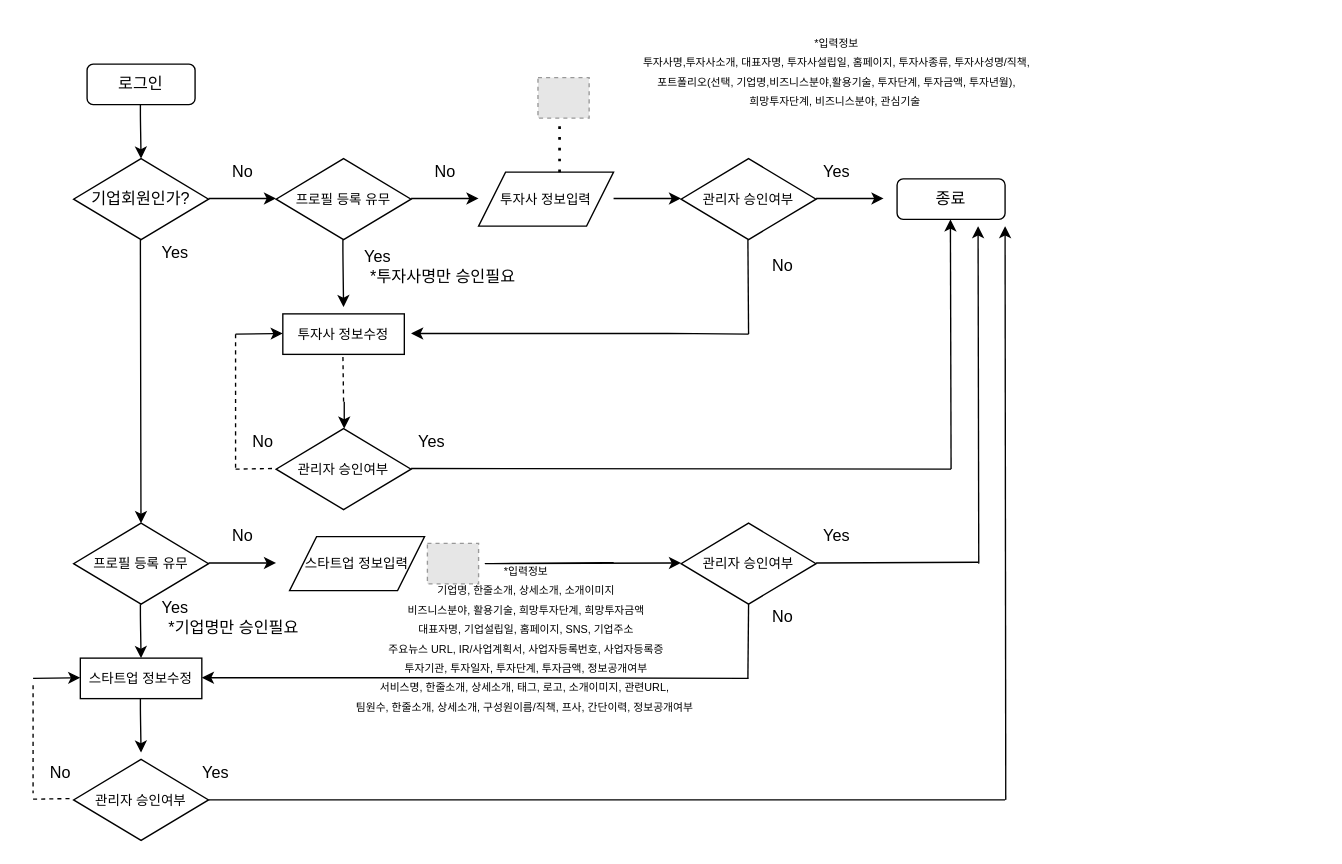
This is 비즈니스나우 프로필.drawio from Lucidhomme/TIL, a draw.io file, before an edit. Source tidied: cells renumbered, new cells numbered last; positions are measured from the earlier drawing's top-left corner, leaving out a move shared by most shapes. Both pictures are drawn from the tidied source at 135%, with x=0, y=0 at pixel (32, 23). Pictures stored in the file or linked from it are replaced by grey dashed boxes.
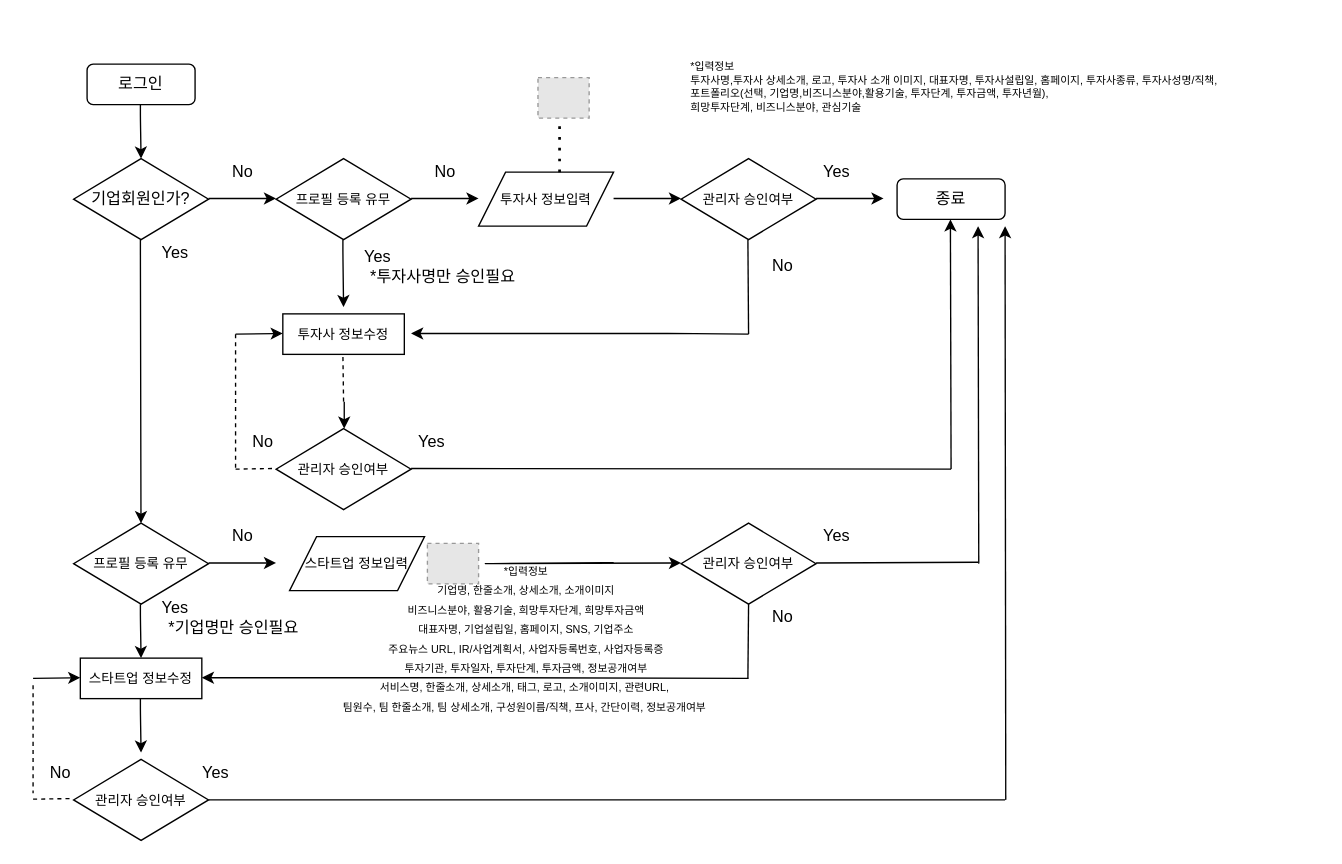
The same diagram, later.

Commit message:
Update 비즈니스나우 프로필.drawio

What changed in the source:
```diff
@@
-    <mxCell id="17" value="&lt;span style=&quot;font-size: 8px&quot;&gt;*입력정보&lt;br&gt;투자사명,투자사소개, 대표자명, 투자사설립일, 홈페이지, 투자사종류, 투자사성명/직책, &lt;br&gt;포트폴리오(선택, 기업명,비즈니스분야,활용기술, 투자단계, 투자금액, 투자년월),&lt;br&gt;희망투자단계, 비즈니스분야, 관심기술&amp;nbsp;&lt;br&gt;&lt;/span&gt;" style="text;html=1;align=center;verticalAlign=middle;fillColor=none;strokeColor=none;rounded=0;" parent="1" vertex="1">
-      <mxGeometry x="395" width="400" height="70" as="geometry" />
+    <mxCell id="17" value="&lt;div style=&quot;text-align: left&quot;&gt;&lt;span style=&quot;font-size: 8px&quot;&gt;*입력정보&lt;/span&gt;&lt;/div&gt;&lt;span style=&quot;font-size: 8px&quot;&gt;&lt;div style=&quot;text-align: left&quot;&gt;&lt;span&gt;투자사명,투자사 상세소개, 로고, 투자사 소개 이미지, 대표자명, 투자사설립일, 홈페이지, 투자사종류, 투자사성명/직책,&lt;/span&gt;&lt;/div&gt;&lt;div style=&quot;text-align: left&quot;&gt;&lt;span&gt;포트폴리오(선택, 기업명,비즈니스분야,활용기술, 투자단계, 투자금액, 투자년월),&lt;/span&gt;&lt;/div&gt;&lt;div style=&quot;text-align: left&quot;&gt;&lt;span&gt;희망투자단계, 비즈니스분야, 관심기술&amp;nbsp;&lt;/span&gt;&lt;/div&gt;&lt;/span&gt;" style="text;html=1;align=center;verticalAlign=middle;fillColor=none;strokeColor=none;rounded=0;" parent="1" vertex="1">
+      <mxGeometry x="411.9" y="15" width="540" height="60" as="geometry" />
     </mxCell>
@@
-    <mxCell id="53" value="&lt;font style=&quot;font-size: 8px&quot;&gt;*입력정보&lt;br&gt;기업명, 한줄소개, 상세소개, 소개이미지&lt;br&gt;비즈니스분야, 활용기술, 희망투자단계, 희망투자금액&lt;br&gt;대표자명, 기업설립일, 홈페이지, SNS, 기업주소&lt;br&gt;주요뉴스 URL, IR/사업계획서, 사업자등록번호, 사업자등록증&lt;br&gt;투자기관, 투자일자, 투자단계, 투자금액, 정보공개여부&lt;br&gt;서비스명, 한줄소개, 상세소개, 태그, 로고, 소개이미지, 관련URL,&amp;nbsp;&lt;br&gt;팀원수, 한줄소개, 상세소개, 구성원이름/직책, 프사, 간단이력, 정보공개여부&amp;nbsp;&lt;br&gt;&lt;/font&gt;" style="text;html=1;align=center;verticalAlign=middle;fillColor=none;strokeColor=none;rounded=0;" parent="1" vertex="1">
-      <mxGeometry x="190" y="390" width="350" height="130" as="geometry" />
+    <mxCell id="53" value="&lt;font style=&quot;font-size: 8px&quot;&gt;*입력정보&lt;br&gt;기업명, 한줄소개, 상세소개, 소개이미지&lt;br&gt;비즈니스분야, 활용기술, 희망투자단계, 희망투자금액&lt;br&gt;대표자명, 기업설립일, 홈페이지, SNS, 기업주소&lt;br&gt;주요뉴스 URL, IR/사업계획서, 사업자등록번호, 사업자등록증&lt;br&gt;투자기관, 투자일자, 투자단계, 투자금액, 정보공개여부&lt;br&gt;서비스명, 한줄소개, 상세소개, 태그, 로고, 소개이미지, 관련URL,&amp;nbsp;&lt;br&gt;팀원수, 팀 한줄소개, 팀 상세소개, 구성원이름/직책, 프사, 간단이력, 정보공개여부&amp;nbsp;&lt;br&gt;&lt;/font&gt;" style="text;html=1;align=center;verticalAlign=middle;fillColor=none;strokeColor=none;rounded=0;" parent="1" vertex="1">
+      <mxGeometry x="175" y="390" width="380" height="130" as="geometry" />
     </mxCell>
```
